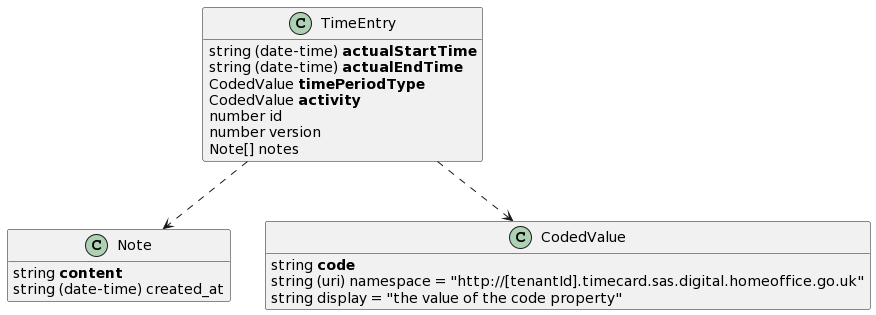
UKHomeOffice/callisto-timecard-restapi keeps this PlantUML diagram as docs/images/payload-model.png. Above is the earlier version. The source it was exported from:
```plantuml
@startuml
hide empty members
set namespaceSeparator none


class Note {
    {field} string <b>content</b>
    {field} string (date-time) created_at
}



class CodedValue {
    {field} string <b>code</b>
    {field} string (uri) namespace = "http://[tenantId].timecard.sas.digital.homeoffice.go.uk"
    {field} string display = "the value of the code property"
}



class TimeEntry {
    {field} string (date-time) <b>actualStartTime</b>
    {field} string (date-time) <b>actualEndTime</b>
    {field} CodedValue <b>timePeriodType</b>
    {field} CodedValue <b>activity</b>
    {field} number id
    {field} number version
    {field} Note[] notes
}

TimeEntry ..> CodedValue
TimeEntry ..> Note
@enduml
```
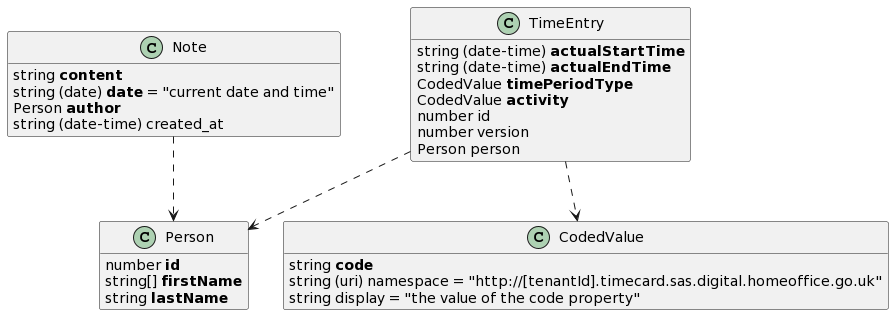
After the commit.

Commit message:
reworking payload model around Notes following conversation with BAs

What changed in the source:
```diff
@@ -5,15 +5,26 @@
 
 class Note {
     {field} string <b>content</b>
+    {field} string (date) <b>date</b> = "current date and time"
+    {field} Person <b>author</b>
     {field} string (date-time) created_at
 }
 
+Note ..> Person
 
 
 class CodedValue {
     {field} string <b>code</b>
     {field} string (uri) namespace = "http://[tenantId].timecard.sas.digital.homeoffice.go.uk"
     {field} string display = "the value of the code property"
+}
+
+
+
+class Person {
+    {field} number <b>id</b>
+    {field} string[] <b>firstName</b>
+    {field} string <b>lastName</b>
 }
 
 
@@ -25,9 +36,9 @@
     {field} CodedValue <b>activity</b>
     {field} number id
     {field} number version
-    {field} Note[] notes
+    {field} Person person
 }
 
 TimeEntry ..> CodedValue
-TimeEntry ..> Note
+TimeEntry ..> Person
 @enduml
```
